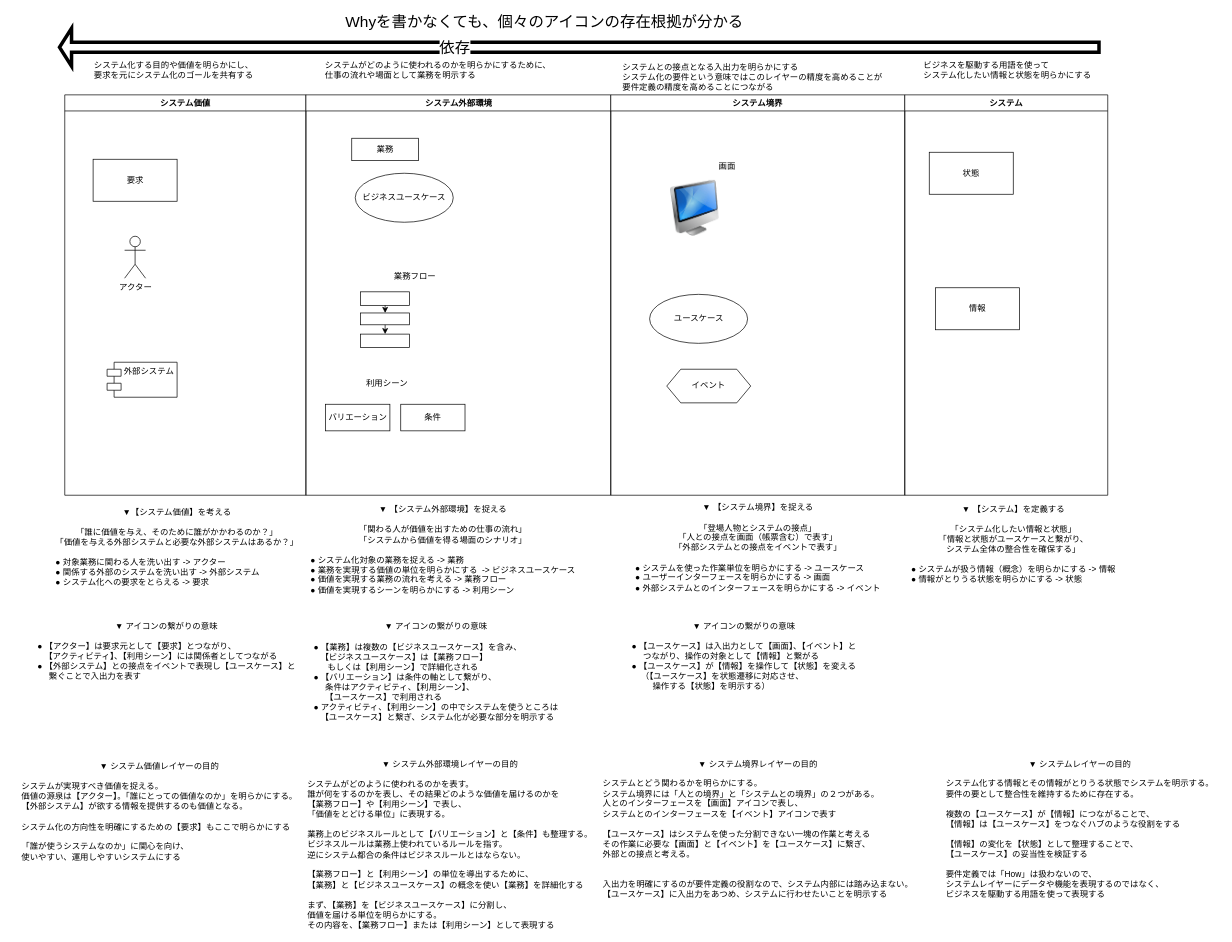
hibohiboo/kartagraph keeps this draw.io diagram as page "構成要素" (1 of 6) of documents/draw.io/RDRA.drawio. Above is the earlier version. Source tidied: cells renumbered, new cells numbered last; positions are measured from the earlier drawing's top-left corner, leaving out a move shared by most shapes. Both pictures are drawn from the tidied source at 70%, with x=0, y=0 at pixel (11, 12).
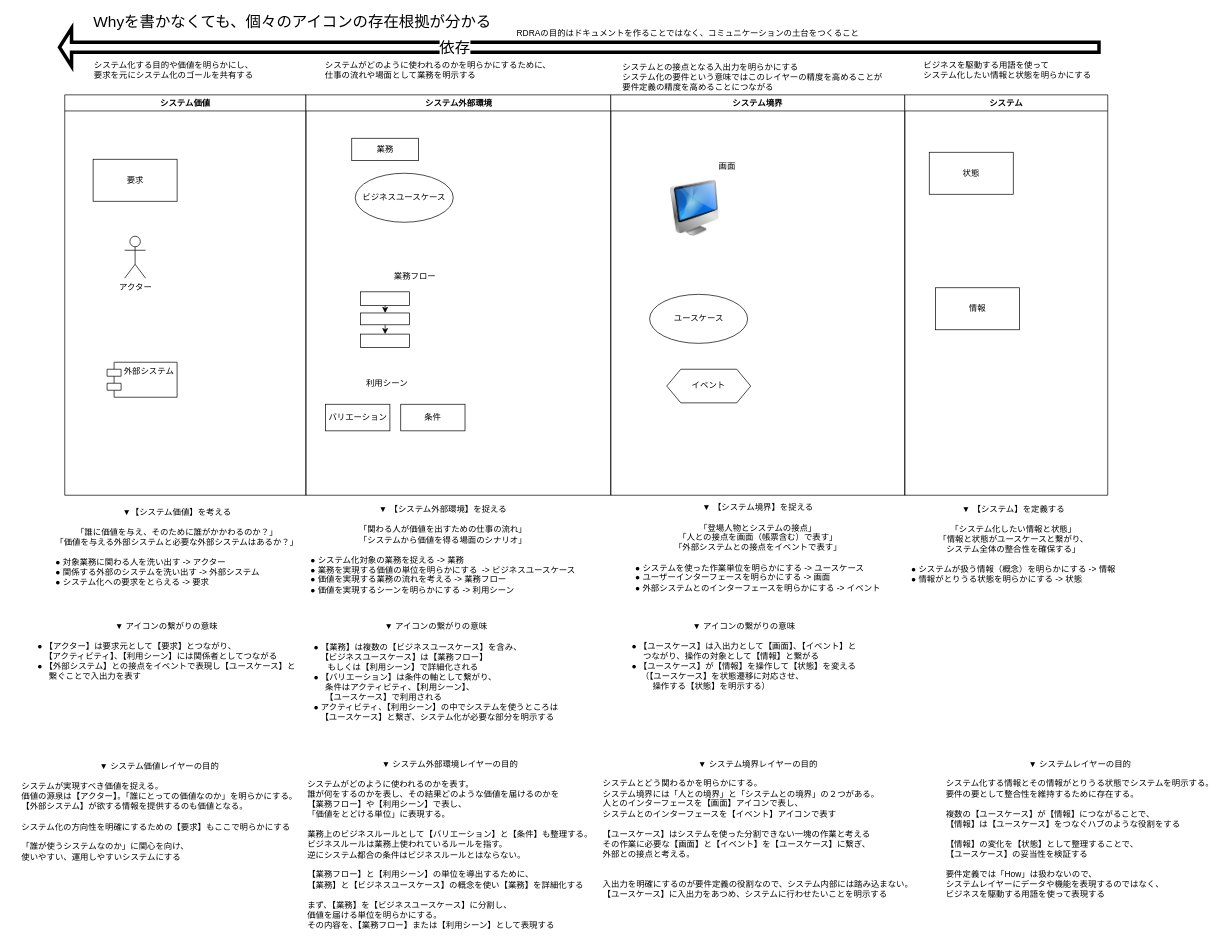
Above is the later version.

Commit message:
add 業務フロー図 #149

Diff of the diagram source:
```diff
@@
     <mxCell id="31" value="Whyを書かなくても、個々のアイコンの存在根拠が分かる" style="text;html=1;align=center;verticalAlign=middle;strokeColor=none;fillColor=none;fontSize=22;" parent="1" vertex="1">
-      <mxGeometry x="466" width="590" height="30" as="geometry" />
+      <mxGeometry x="106" width="590" height="30" as="geometry" />
     </mxCell>
@@
+    <mxCell id="45" value="RDRAの目的はドキュメントを作ることではなく、コミュニケーションの土台をつくること" style="text;html=1;align=center;verticalAlign=middle;strokeColor=none;fillColor=none;fontSize=12;" parent="1" vertex="1">
+      <mxGeometry x="711" y="20" width="510" height="20" as="geometry" />
+    </mxCell>
```
